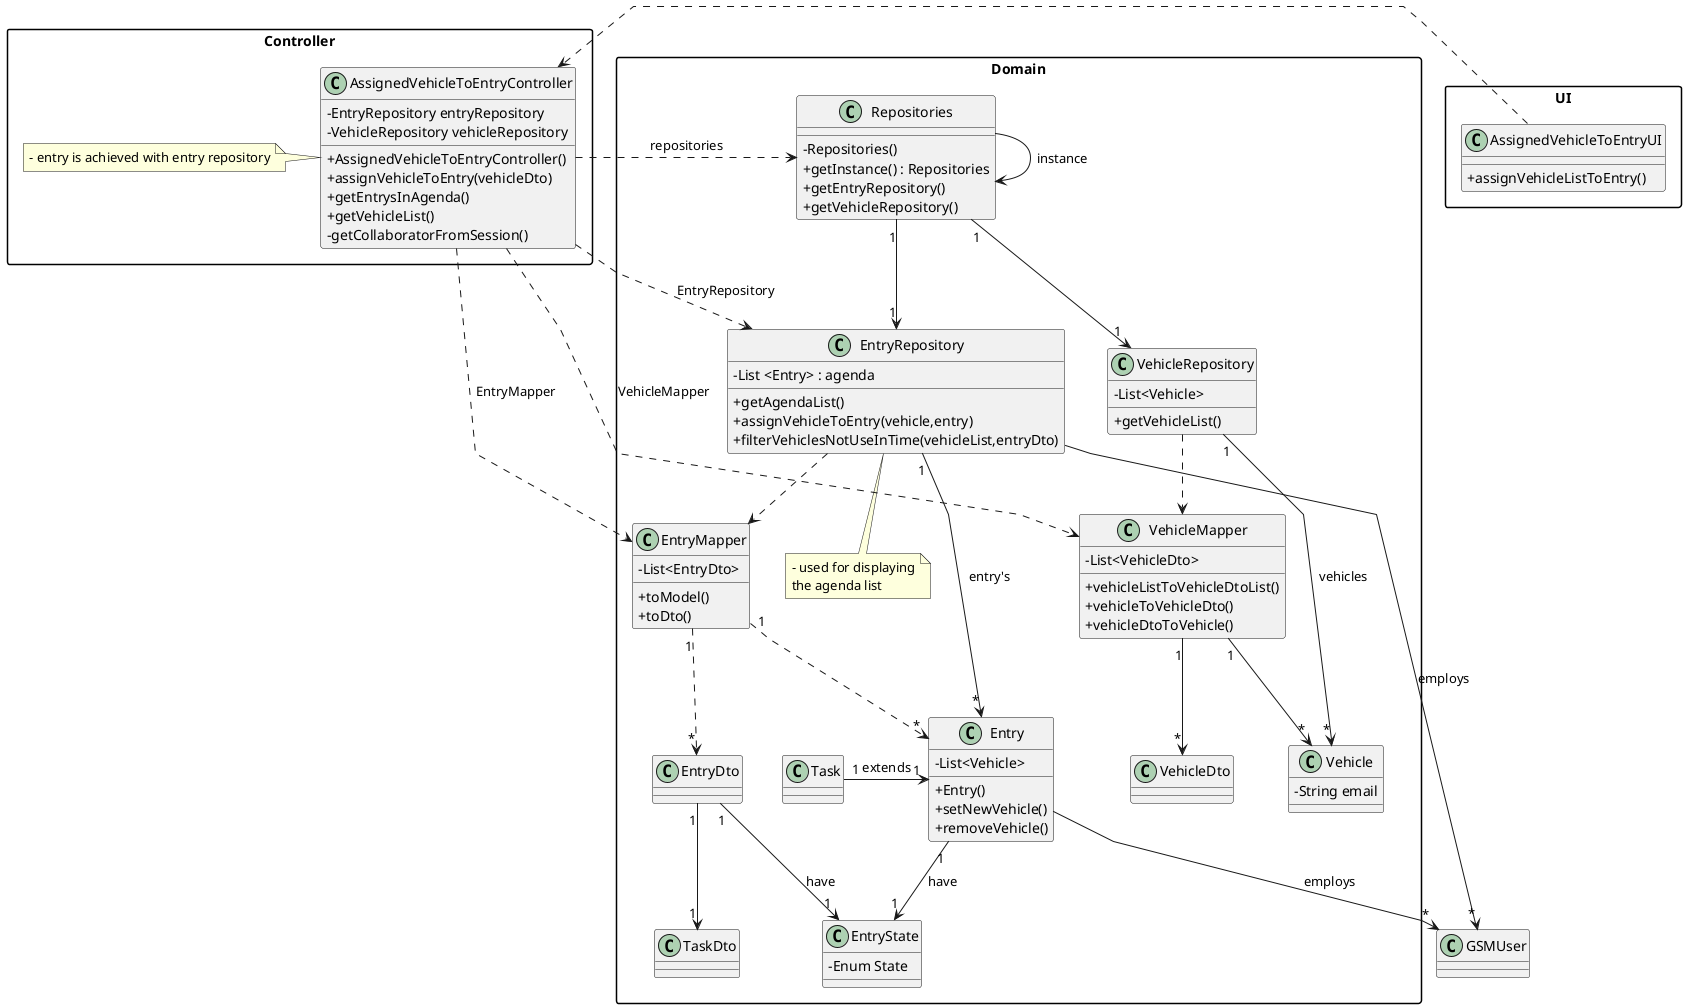
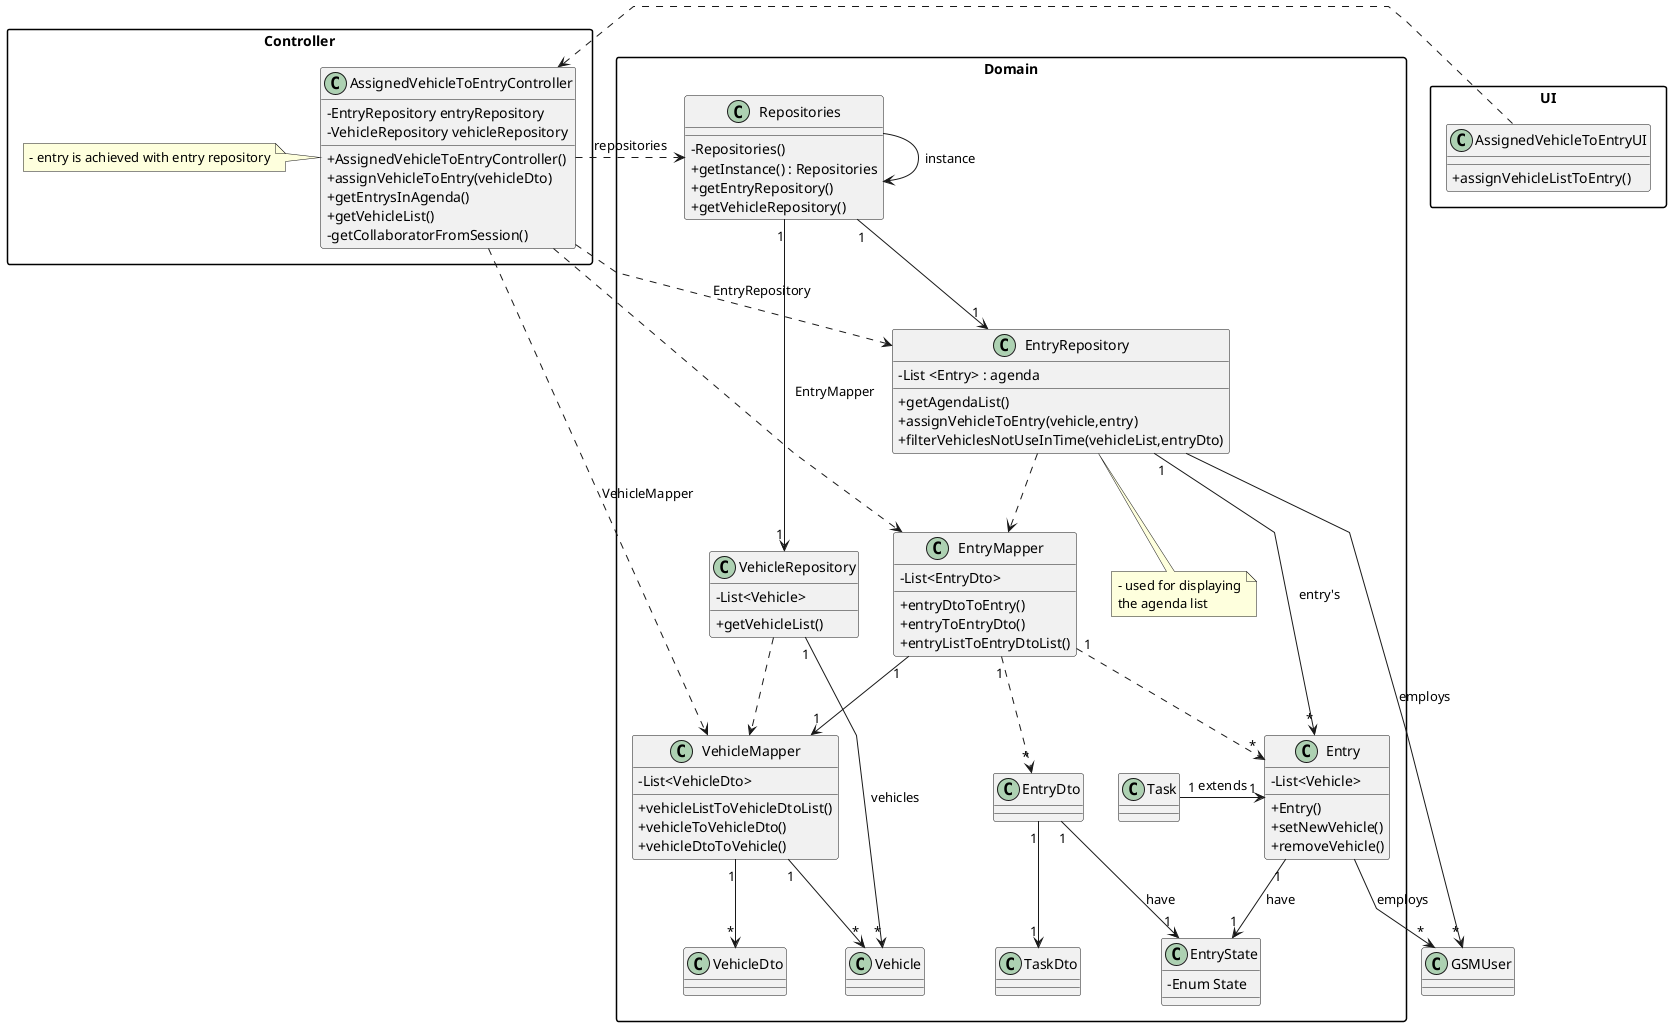
@startuml
'skinparam monochrome true
skinparam packageStyle rectangle
skinparam shadowing false
skinparam linetype polyline
'skinparam linetype orto

skinparam classAttributeIconSize 0

'left to right direction

package "Domain" {
class Entry {
    - List<Vehicle>
    + Entry()
    + setNewVehicle()
    + removeVehicle()
}

class EntryState{
    -Enum State
}

class TaskDto{
}
class EntryRepository {
    - List <Entry> : agenda

    + getAgendaList()
    + assignVehicleToEntry(vehicle,entry)
    + filterVehiclesNotUseInTime(vehicleList,entryDto)
}


note bottom of EntryRepository
    - used for displaying
    the agenda list
end note

class VehicleRepository{
    - List<Vehicle>

    + getVehicleList()
}

class Vehicle {
-     - String email
}


class Repositories {
    - Repositories()
    + getInstance() : Repositories
    + getEntryRepository()
    + getVehicleRepository()
}

class EntryMapper{
    - List<EntryDto>
-     + toModel()
-     + toDto()
+     + entryDtoToEntry()
+     + entryToEntryDto()
+     + entryListToEntryDtoList()
}

class Task{
}

class EntryDto{
}

class VehicleMapper{
    - List<VehicleDto>
    + vehicleListToVehicleDtoList()
    + vehicleToVehicleDto()
    + vehicleDtoToVehicle()
}

class VehicleDto{
}

}



class GSMUser {
}


package "Controller"{

class AssignedVehicleToEntryController {
    - EntryRepository entryRepository
    - VehicleRepository vehicleRepository
    + AssignedVehicleToEntryController()
    + assignVehicleToEntry(vehicleDto)
    + getEntrysInAgenda()
    + getVehicleList()
    - getCollaboratorFromSession()
}

note left of AssignedVehicleToEntryController
    - entry is achieved with entry repository
end note


}



package "UI"{

class AssignedVehicleToEntryUI {
    + assignVehicleListToEntry()
}

}
Repositories -> Repositories : instance


AssignedVehicleToEntryUI .> AssignedVehicleToEntryController

AssignedVehicleToEntryController .> Repositories : repositories
Repositories "1" --> "1" EntryRepository
Repositories "1" --> "1" VehicleRepository

AssignedVehicleToEntryController ..> EntryRepository : EntryRepository
AssignedVehicleToEntryController ..> EntryMapper : EntryMapper
AssignedVehicleToEntryController ..> VehicleMapper : VehicleMapper

EntryMapper "1" ..> "*" EntryDto
EntryMapper "1" ..> "*" Entry

VehicleRepository "1" --> "*" Vehicle : vehicles
VehicleMapper "1" --> "*" Vehicle
- 
+ EntryMapper "1" --> "1" VehicleMapper
EntryRepository "1" --> "*" Entry : entry's
EntryRepository --> "*" GSMUser : employs
EntryRepository ..> EntryMapper
VehicleRepository ..> VehicleMapper

VehicleMapper "1" --> "*" VehicleDto

Entry --> "*" GSMUser : employs
Task "1" -> "1" Entry : extends

Entry "1" --> "1" EntryState : have
EntryDto "1" --> "1" EntryState : have
EntryDto "1" --> "1" TaskDto

@enduml